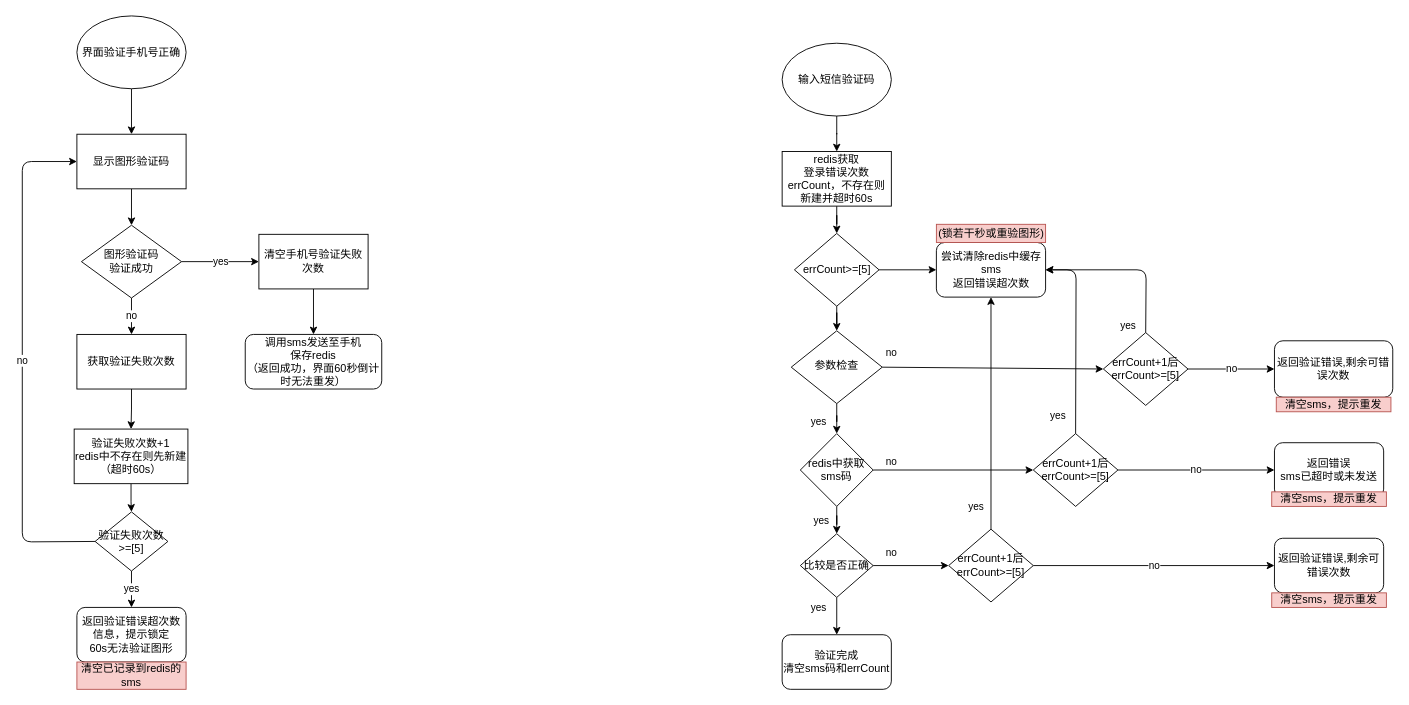
leehomda/firsttest keeps this draw.io diagram as page "Copy of 1" (2 of 4) of Untitled Diagram.drawio. Above is the earlier version. Source tidied: cells renumbered, new cells numbered last; positions are measured from the earlier drawing's top-left corner, leaving out a move shared by most shapes. Both pictures are drawn from the tidied source at 91%, with x=0, y=0 at pixel (22, 15).
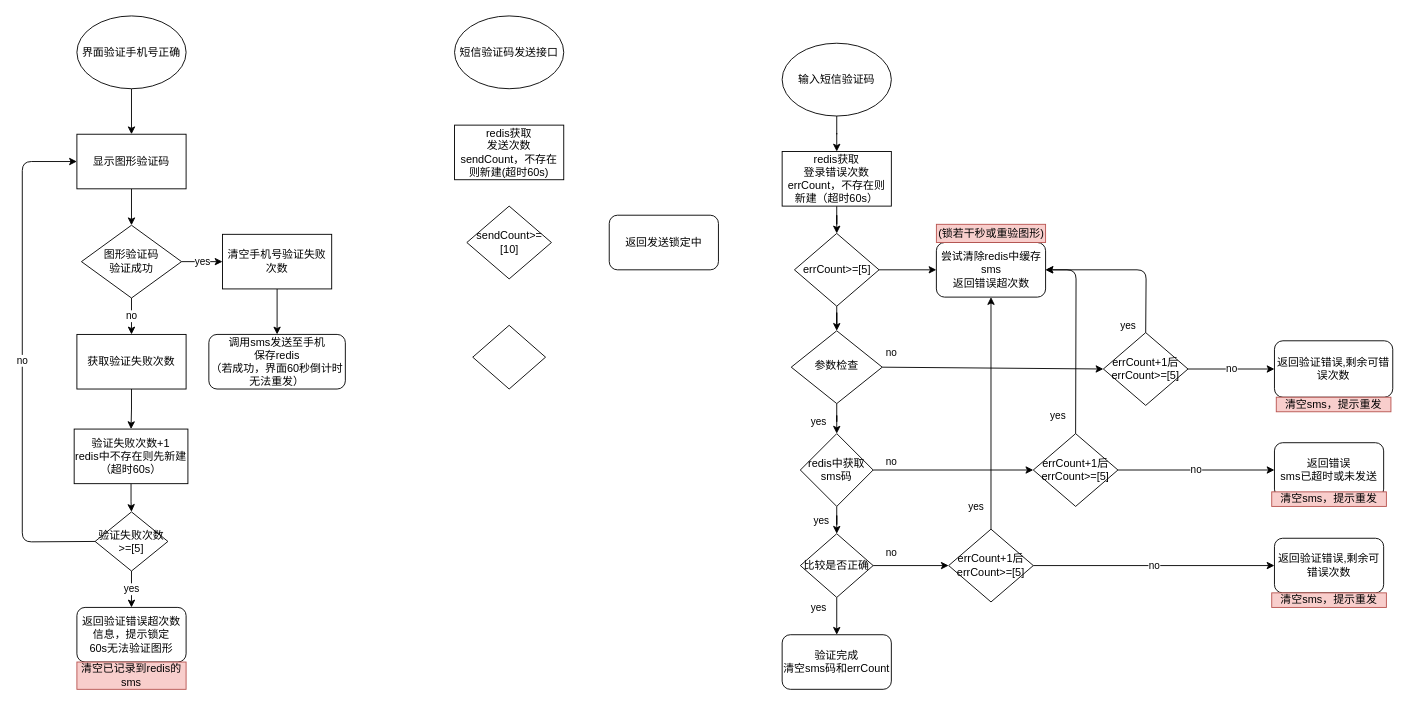
The same page after the edit.

Diff of the diagram source:
```diff
@@
-    <mxCell id="9" value="调用sms发送至手机&lt;br&gt;保存redis&lt;br&gt;（返回成功，界面60秒倒计时无法重发）&lt;span&gt;&lt;br&gt;&lt;/span&gt;" style="rounded=1;whiteSpace=wrap;html=1;" parent="1" vertex="1">
-      <mxGeometry x="245" y="350" width="150" height="60" as="geometry" />
+    <mxCell id="9" value="调用sms发送至手机&lt;br&gt;保存redis&lt;br&gt;（若成功，界面60秒倒计时无法重发）&lt;span&gt;&lt;br&gt;&lt;/span&gt;" style="rounded=1;whiteSpace=wrap;html=1;" parent="1" vertex="1">
+      <mxGeometry x="205" y="350" width="150" height="60" as="geometry" />
     </mxCell>
@@
     <mxCell id="11" value="&lt;span&gt;清空手机号验证失败次数&lt;/span&gt;" style="rounded=0;whiteSpace=wrap;html=1;" parent="1" vertex="1">
-      <mxGeometry x="260" y="240" width="120" height="60" as="geometry" />
+      <mxGeometry x="220" y="240" width="120" height="60" as="geometry" />
     </mxCell>
@@
-    <mxCell id="26" value="redis获取&lt;br&gt;登录错误次数errCount，不存在则新建并超时60s" style="rounded=0;whiteSpace=wrap;html=1;" parent="1" vertex="1">
+    <mxCell id="26" value="redis获取&lt;br&gt;登录错误次数errCount，不存在则新建（超时60s）" style="rounded=0;whiteSpace=wrap;html=1;" parent="1" vertex="1">
       <mxGeometry x="835" y="149" width="120" height="60" as="geometry" />
     </mxCell>
@@
+    <mxCell id="55" value="短信验证码发送接口" style="ellipse;whiteSpace=wrap;html=1;" parent="1" vertex="1">
+      <mxGeometry x="475" width="120" height="80" as="geometry" />
+    </mxCell>
+    <mxCell id="56" value="&lt;span&gt;redis获取&lt;/span&gt;&lt;br&gt;&lt;span&gt;发送次数sendCount，不存在则新建(超时60s)&lt;/span&gt;" style="rounded=0;whiteSpace=wrap;html=1;" parent="1" vertex="1">
+      <mxGeometry x="475" y="120" width="120" height="60" as="geometry" />
+    </mxCell>
+    <mxCell id="57" value="sendCount&amp;gt;=[10]" style="rhombus;whiteSpace=wrap;html=1;rounded=0;" parent="1" vertex="1">
+      <mxGeometry x="488.5" y="209" width="93" height="80" as="geometry" />
+    </mxCell>
+    <mxCell id="58" value="返回发送锁定中" style="rounded=1;whiteSpace=wrap;html=1;" parent="1" vertex="1">
+      <mxGeometry x="645" y="219" width="120" height="60" as="geometry" />
+    </mxCell>
+    <mxCell id="59" style="rhombus;whiteSpace=wrap;html=1;" parent="1" vertex="1">
+      <mxGeometry x="495" y="340" width="80" height="70" as="geometry" />
+    </mxCell>
```
